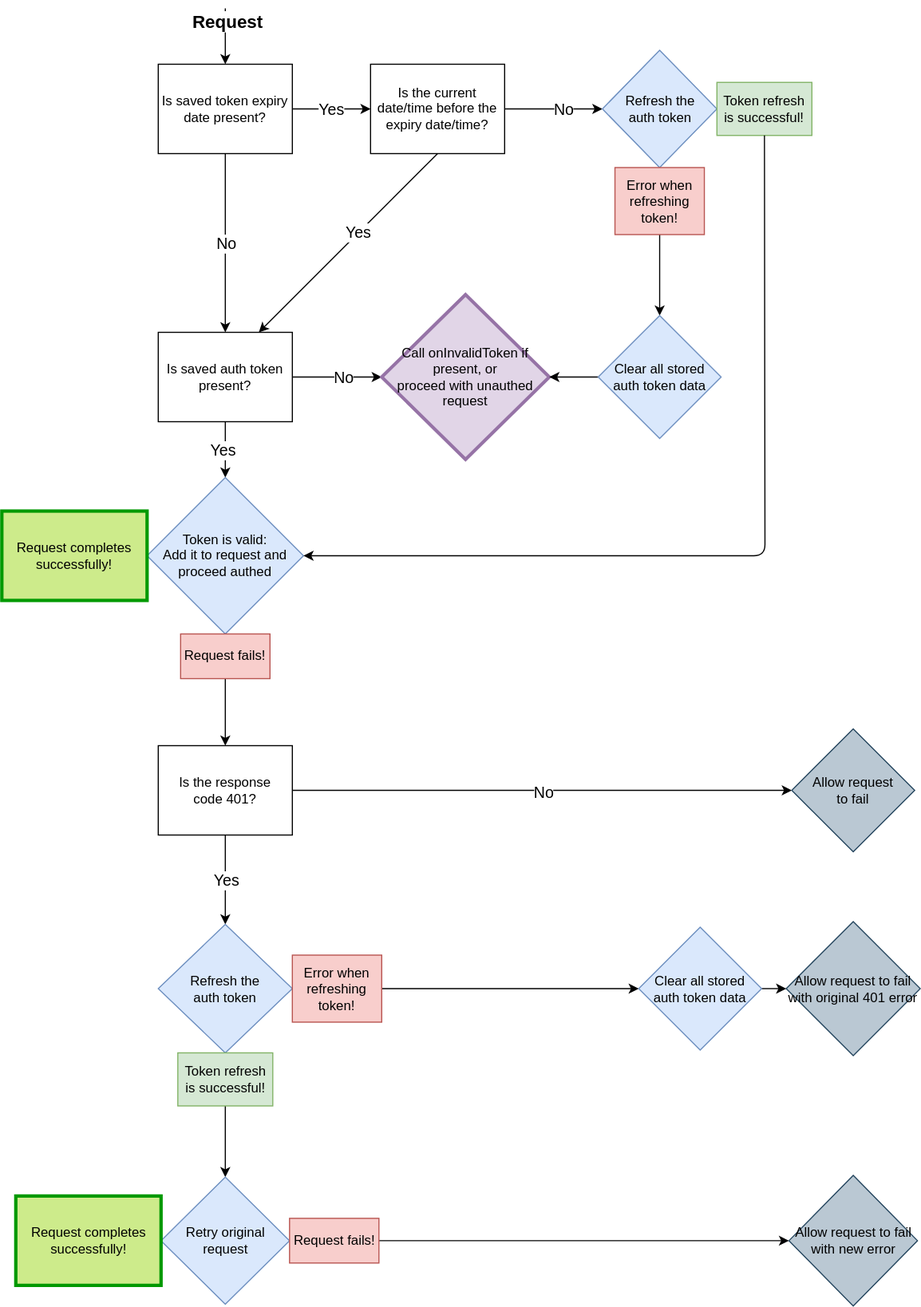
The draw.io diagram documentation/request_flow.drawio.svg in pcsoftgroup/oauth_interceptor, before a commit. Source tidied: cells renumbered, new cells last; positions are measured from the earlier drawing's top-left corner, leaving out a move shared by most shapes.
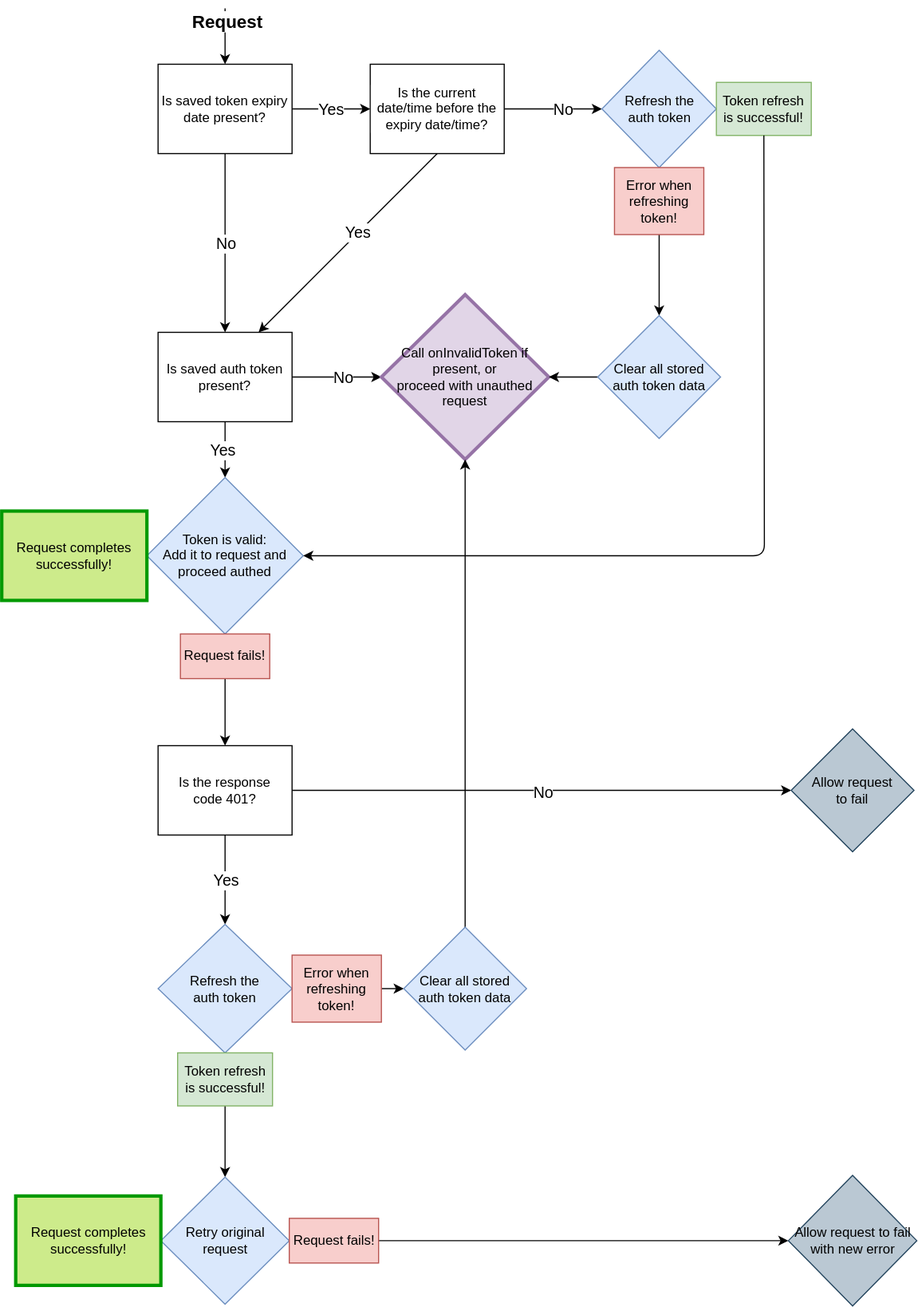
Above is the later version.

Commit message:
Use onInvalidToken for a 401 failure

What changed in the source:
```diff
@@ -126,9 +126,6 @@
     <mxCell id="41" value="Token refresh is successful!" style="whiteSpace=wrap;html=1;rounded=0;labelBackgroundColor=none;fillColor=#d5e8d4;strokeColor=#82b366;" parent="1" vertex="1">
       <mxGeometry x="157.5" y="935" width="85" height="47.5" as="geometry" />
     </mxCell>
-    <mxCell id="42" value="Allow request to fail with original 401 error" style="rhombus;whiteSpace=wrap;html=1;fillColor=#bac8d3;strokeColor=#23445d;rounded=0;labelBackgroundColor=none;" parent="1" vertex="1">
-      <mxGeometry x="702" y="817.5" width="120" height="120" as="geometry" />
-    </mxCell>
     <mxCell id="43" style="edgeStyle=none;html=1;exitX=0;exitY=0.5;exitDx=0;exitDy=0;entryX=1;entryY=0.5;entryDx=0;entryDy=0;" parent="1" edge="1" source="46" target="47">
       <mxGeometry relative="1" as="geometry" />
     </mxCell>
@@ -147,11 +144,11 @@
     <mxCell id="48" value="Allow request to fail with new error" style="rhombus;whiteSpace=wrap;html=1;fillColor=#bac8d3;strokeColor=#23445d;rounded=0;labelBackgroundColor=none;" parent="1" vertex="1">
       <mxGeometry x="704.5" y="1044.7" width="115" height="116.9" as="geometry" />
     </mxCell>
-    <mxCell id="49" style="edgeStyle=none;html=1;exitX=1;exitY=0.5;exitDx=0;exitDy=0;entryX=0;entryY=0.5;entryDx=0;entryDy=0;" parent="1" edge="1" source="50" target="42">
-      <mxGeometry relative="1" as="geometry" />
-    </mxCell>
+    <mxCell id="58" style="edgeStyle=none;html=1;entryX=0.5;entryY=1;entryDx=0;entryDy=0;" parent="1" edge="1" source="50" target="17">
+      <mxGeometry relative="1" as="geometry" />
+    </mxCell>
     <mxCell id="50" value="Clear all stored &lt;br&gt;auth token data" style="rhombus;whiteSpace=wrap;html=1;rounded=0;labelBackgroundColor=none;fillColor=#dae8fc;strokeColor=#6c8ebf;" parent="1" vertex="1">
-      <mxGeometry x="570" y="822.5" width="110" height="110" as="geometry" />
+      <mxGeometry x="360" y="822.5" width="110" height="110" as="geometry" />
     </mxCell>
     <mxCell id="51" value="Request fails!" style="whiteSpace=wrap;html=1;fillColor=#f8cecc;strokeColor=#b85450;" parent="1" vertex="1">
       <mxGeometry x="257.5" y="1083.1" width="80" height="40" as="geometry" />
```
